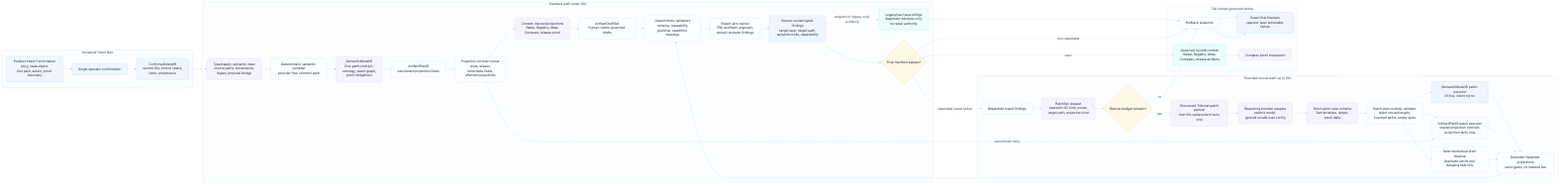
This is odylith/atlas/source/domain-intelligence-greenfield-governance.png from odylith/odylith, a Mermaid export, as it was before one commit. Its source is kept beside it as odylith/atlas/source/domain-intelligence-greenfield-governance.mmd.
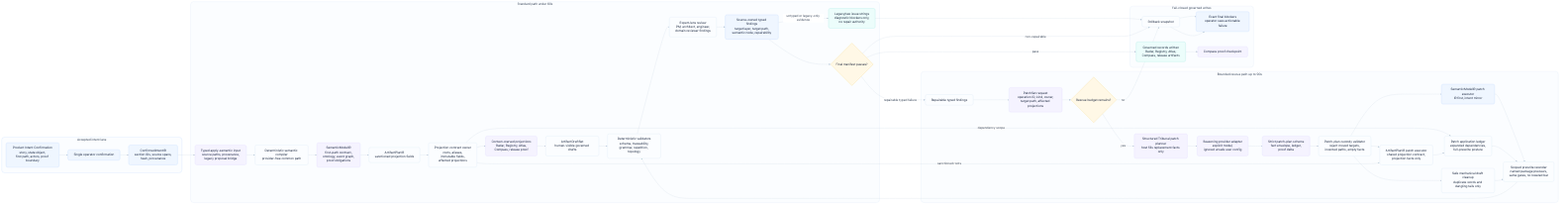
The same diagram one commit later.

What changed in the source:
```diff
@@ -25,7 +25,7 @@
     subgraph rescue_lane["Bounded rescue path up to 90s"]
       direction TB
       repairable["Repairable typed findings"]
-      patchset["PatchSet request<br/>operation ID, kind, owner,<br/>target path, projection kind"]
+      patchset["PatchSet request<br/>operation ID, kind, owner,<br/>target path, affected projections"]
       rescue_budget{"Rescue budget remains?"}
       tribunal_planner["Structured Tribunal patch planner<br/>host fills replacement facts only"]
       provider_adapter["Reasoning provider adapter<br/>explicit model,<br/>ignored unsafe user config"]
@@ -33,8 +33,9 @@
       custody_check["Patch-plan custody validator<br/>reject moved targets,<br/>invented paths, empty facts"]
       semantic_apply["SemanticModelIR patch executor<br/>IR first, intent mirror"]
       plan_apply["ArtifactPlanIR patch executor<br/>shared projection contract,<br/>projection facts only"]
+      scope_ledger["Patch application ledger<br/>expanded dependencies,<br/>full-prewrite posture"]
       copy_repair["Safe mechanical draft cleanup<br/>duplicate words and dangling tails only"]
-      rerender["Rerender impacted projections<br/>same gates, no lowered bar"]
+      rerender["Scoped prewrite rerender<br/>named package previews,<br/>same gates, no lowered bar"]
     end
 
     subgraph write_lane["Fail-closed governed writes"]
@@ -56,8 +57,9 @@
     custody_check --> plan_apply
     custody_check --> copy_repair
     projection_contract -. "sanctioned roots" .-> plan_apply
+    projection_contract -. "dependency scope" .-> scope_ledger
     semantic_apply --> rerender
-    plan_apply --> rerender
+    plan_apply --> scope_ledger --> rerender
     copy_repair --> rerender
     rerender --> validators
     rescue_budget -- "no" --> rollback --> blockers
@@ -70,7 +72,7 @@
     classDef write fill:#F0FDF4,stroke:#86EFAC,color:#17233A,stroke-width:1.2px;
     class visible_intent,confirm,confirmed_ir intent;
     class apply_input,compiler,semantic_ir,artifact_plan,projection_contract,projections,draft_set,validators,expert_lenses,typed_findings,legacy_blockers,final_manifest standard;
-    class repairable,patchset,rescue_budget,tribunal_planner,provider_adapter,strict_schema,custody_check,semantic_apply,plan_apply,copy_repair,rerender rescue;
+    class repairable,patchset,rescue_budget,tribunal_planner,provider_adapter,strict_schema,custody_check,semantic_apply,plan_apply,scope_ledger,copy_repair,rerender rescue;
     class writes,rollback,blockers,proof_log write;
 
     style accepted_lane fill:#FBFDFF,stroke:#BFD7FE,stroke-width:1px,color:#334155
```
